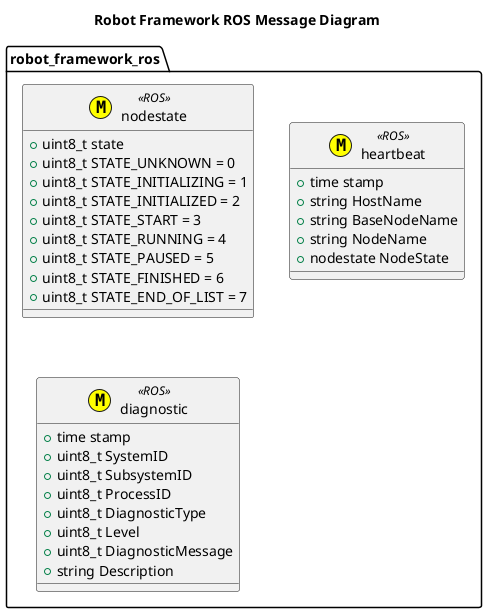
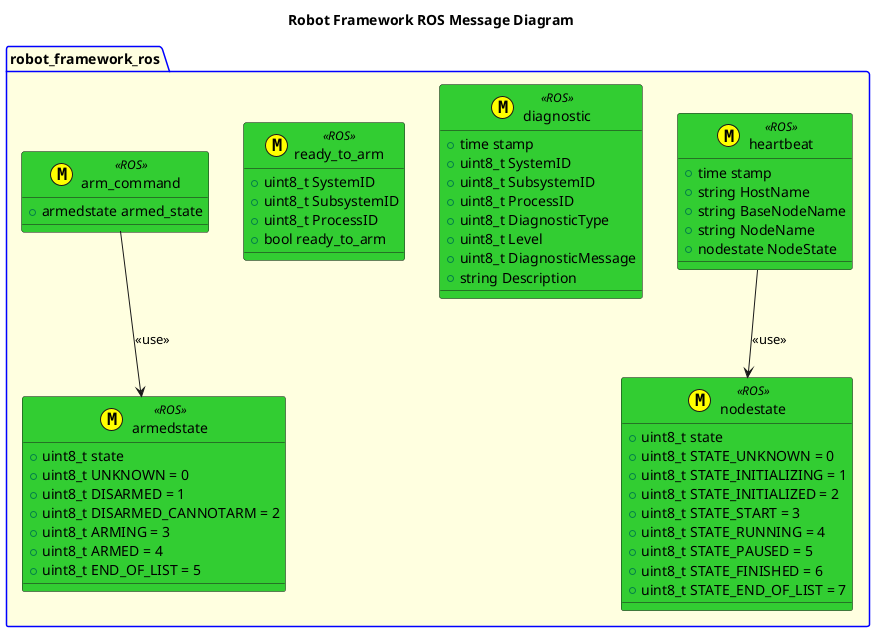
@startuml
title Robot Framework ROS Message Diagram
- namespace robot_framework_ros {
-     class nodestate <<(M,#FFFF00)>> <<ROS>> {
+ package robot_framework_ros #LightYellow;line:blue {
+     class nodestate <<(M,#FFFF00)>> <<ROS>> #LimeGreen {
        +uint8_t state
        +uint8_t STATE_UNKNOWN = 0
        +uint8_t STATE_INITIALIZING = 1
        +uint8_t STATE_INITIALIZED = 2
        +uint8_t STATE_START = 3
        +uint8_t STATE_RUNNING = 4
        +uint8_t STATE_PAUSED = 5
        +uint8_t STATE_FINISHED = 6
        +uint8_t STATE_END_OF_LIST = 7
    }
-     class heartbeat <<(M,#FFFF00)>> <<ROS>> {
+     class armedstate <<(M,#FFFF00)>> <<ROS>> #LimeGreen {
+         +uint8_t state
+         +uint8_t UNKNOWN = 0
+         +uint8_t DISARMED = 1
+         +uint8_t DISARMED_CANNOTARM = 2
+         +uint8_t ARMING = 3
+         +uint8_t ARMED = 4
+         +uint8_t END_OF_LIST = 5
+     }
+     class heartbeat <<(M,#FFFF00)>> <<ROS>> #LimeGreen {
        +time stamp
        +string HostName
        +string BaseNodeName
        +string NodeName
        +nodestate NodeState
    }
-     class diagnostic <<(M,#FFFF00)>> <<ROS>> {
+     heartbeat --> nodestate: <<use>>
+     class diagnostic <<(M,#FFFF00)>> <<ROS>> #LimeGreen {
        +time stamp
        +uint8_t SystemID
        +uint8_t SubsystemID
        +uint8_t ProcessID
        +uint8_t DiagnosticType
        +uint8_t Level
        +uint8_t DiagnosticMessage
        +string Description

    }
+     class ready_to_arm <<(M,#FFFF00)>> <<ROS>> #LimeGreen {
+         +uint8_t SystemID
+         +uint8_t SubsystemID
+         +uint8_t ProcessID
+         +bool ready_to_arm
+     }
+ 
+     class arm_command <<(M,#FFFF00)>> <<ROS>> #LimeGreen {
+         +armedstate armed_state
+     }
+     arm_command --> armedstate: <<use>>

}
@enduml